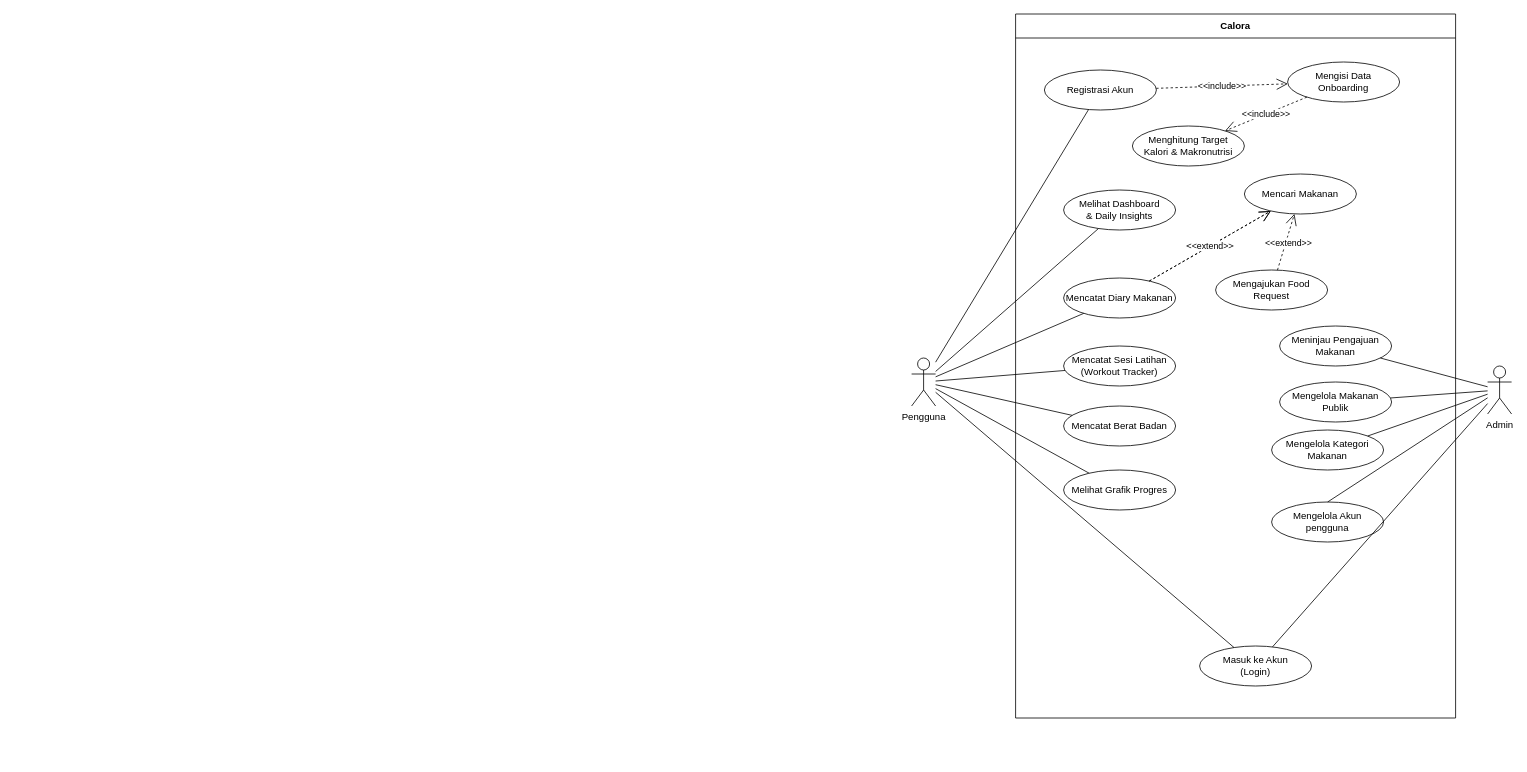
Before: Diagram/Use case.drawio in ananda6060galang-sys/calora, a draw.io diagram. Source tidied: cells renumbered, new cells numbered last; positions are measured from the earlier drawing's top-left corner, leaving out a move shared by most shapes. Both pictures are drawn from the tidied source at 80%, with x=0, y=0 at pixel (911, 14).
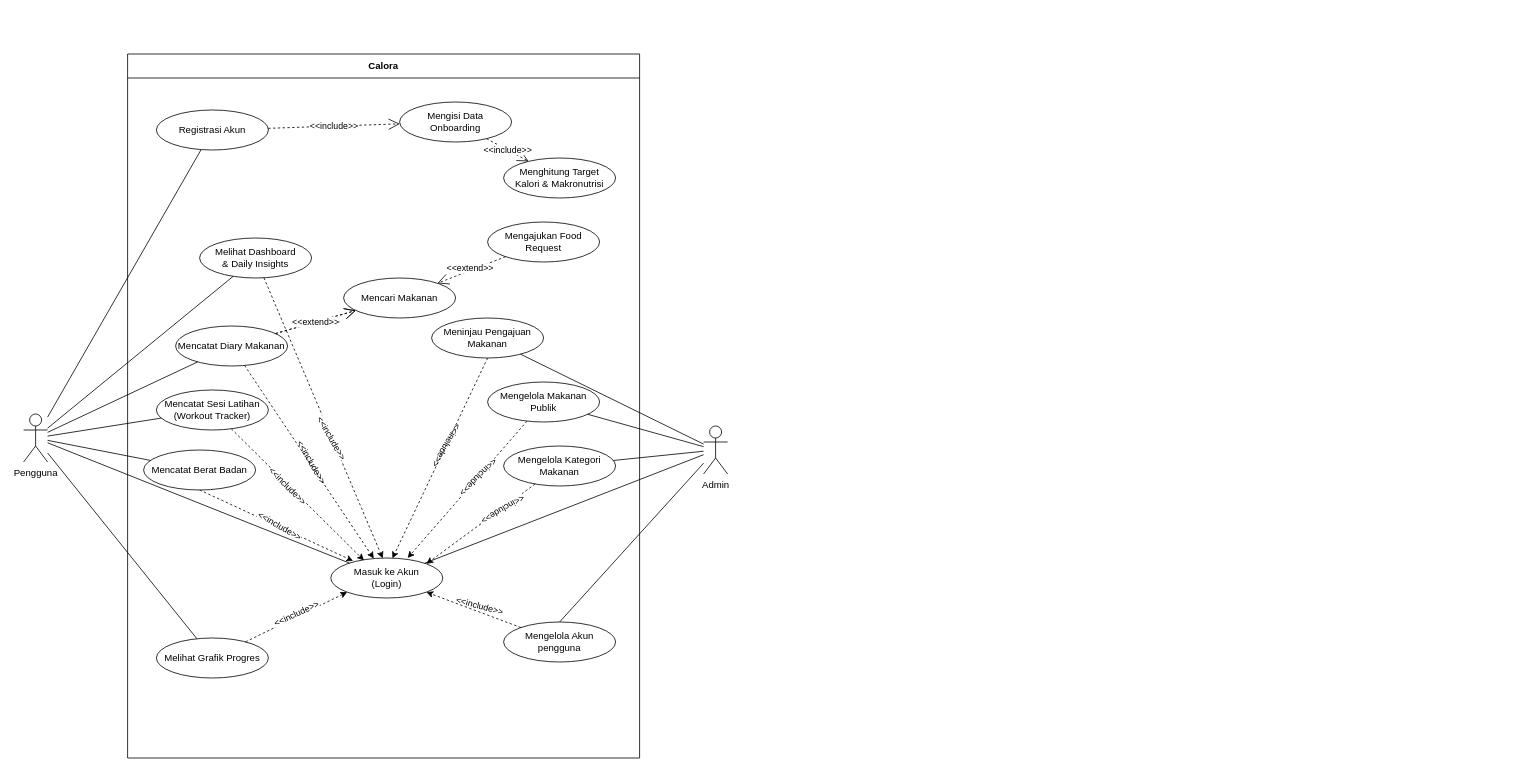
After the change.

The edit, as a diff of the source:
```diff
@@
     <mxCell id="2" value="Calora" style="swimlane;html=1;startSize=30;horizontal=1;fillColor=none;strokeColor=#000000;fontStyle=1;align=center;whiteSpace=wrap;" parent="1" vertex="1">
-      <mxGeometry x="130" width="550" height="880" as="geometry" />
+      <mxGeometry x="-980" y="50" width="640" height="880" as="geometry" />
     </mxCell>
+    <mxCell id="38" style="rounded=0;jettySize=auto;html=1;entryX=0;entryY=1;entryDx=0;entryDy=0;dashed=1;" parent="2" edge="1" source="3" target="23">
+      <mxGeometry relative="1" as="geometry" />
+    </mxCell>
     <mxCell id="3" value="Melihat Grafik Progres" style="ellipse;whiteSpace=wrap;html=1;fillColor=none;strokeColor=#000000;align=center;verticalAlign=middle;" parent="2" vertex="1">
-      <mxGeometry x="60" y="570" width="140" height="50" as="geometry" />
+      <mxGeometry x="36" y="730" width="140" height="50" as="geometry" />
     </mxCell>
+    <mxCell id="39" style="rounded=0;jettySize=auto;html=1;exitX=0.5;exitY=1;exitDx=0;exitDy=0;entryX=0.199;entryY=0.074;entryDx=0;entryDy=0;dashed=1;entryPerimeter=0;" parent="2" edge="1" source="4" target="23">
+      <mxGeometry relative="1" as="geometry" />
+    </mxCell>
     <mxCell id="4" value="Mencatat Berat Badan" style="ellipse;whiteSpace=wrap;html=1;fillColor=none;strokeColor=#000000;align=center;verticalAlign=middle;" parent="2" vertex="1">
-      <mxGeometry x="60" y="490" width="140" height="50" as="geometry" />
+      <mxGeometry x="20" y="495" width="140" height="50" as="geometry" />
     </mxCell>
+    <mxCell id="40" style="rounded=0;jettySize=auto;html=1;dashed=1;entryX=0.296;entryY=0.06;entryDx=0;entryDy=0;entryPerimeter=0;" parent="2" edge="1" source="5" target="23">
+      <mxGeometry relative="1" as="geometry" />
+    </mxCell>
     <mxCell id="5" value="Mencatat Sesi Latihan&#10;(Workout Tracker)" style="ellipse;whiteSpace=wrap;html=1;fillColor=none;strokeColor=#000000;align=center;verticalAlign=middle;" parent="2" vertex="1">
-      <mxGeometry x="60" y="415" width="140" height="50" as="geometry" />
+      <mxGeometry x="36" y="420" width="140" height="50" as="geometry" />
     </mxCell>
     <mxCell id="6" value="Meninjau Pengajuan&#10;Makanan" style="ellipse;whiteSpace=wrap;html=1;fillColor=none;strokeColor=#000000;align=center;verticalAlign=middle;" parent="2" vertex="1">
-      <mxGeometry x="330" y="390" width="140" height="50" as="geometry" />
+      <mxGeometry x="380" y="330" width="140" height="50" as="geometry" />
     </mxCell>
+    <mxCell id="41" style="rounded=0;jettySize=auto;html=1;entryX=0.686;entryY=0;entryDx=0;entryDy=0;dashed=1;entryPerimeter=0;" parent="2" edge="1" source="7" target="23">
+      <mxGeometry relative="1" as="geometry" />
+    </mxCell>
     <mxCell id="7" value="Mengelola Makanan Publik" style="ellipse;whiteSpace=wrap;html=1;fillColor=none;strokeColor=#000000;align=center;verticalAlign=middle;" parent="2" vertex="1">
-      <mxGeometry x="330" y="460" width="140" height="50" as="geometry" />
+      <mxGeometry x="450" y="410" width="140" height="50" as="geometry" />
     </mxCell>
+    <mxCell id="42" style="rounded=0;jettySize=auto;html=1;entryX=1;entryY=0;entryDx=0;entryDy=0;dashed=1;" parent="2" edge="1" source="8" target="23">
+      <mxGeometry relative="1" as="geometry" />
+    </mxCell>
     <mxCell id="8" value="Mengelola Kategori Makanan" style="ellipse;whiteSpace=wrap;html=1;fillColor=none;strokeColor=#000000;align=center;verticalAlign=middle;" parent="2" vertex="1">
-      <mxGeometry x="320" y="520" width="140" height="50" as="geometry" />
+      <mxGeometry x="470" y="490" width="140" height="50" as="geometry" />
     </mxCell>
     <mxCell id="9" value="Mengajukan Food Request" style="ellipse;whiteSpace=wrap;html=1;fillColor=none;strokeColor=#000000;align=center;verticalAlign=middle;" parent="2" vertex="1">
-      <mxGeometry x="250" y="320" width="140" height="50" as="geometry" />
+      <mxGeometry x="450" y="210" width="140" height="50" as="geometry" />
     </mxCell>
     <mxCell id="10" value="Menghitung Target&#10;Kalori &amp; Makronutrisi" style="ellipse;whiteSpace=wrap;html=1;fillColor=none;strokeColor=#000000;align=center;verticalAlign=middle;" parent="2" vertex="1">
-      <mxGeometry x="146" y="140" width="140" height="50" as="geometry" />
+      <mxGeometry x="470" y="130" width="140" height="50" as="geometry" />
     </mxCell>
@@
+    <mxCell id="43" style="rounded=0;jettySize=auto;html=1;entryX=0.464;entryY=0.008;entryDx=0;entryDy=0;dashed=1;entryPerimeter=0;" parent="2" edge="1" source="13" target="23">
+      <mxGeometry relative="1" as="geometry" />
+    </mxCell>
+    <mxCell id="44" value="&amp;lt;&amp;lt;include&amp;gt;&amp;gt;" style="edgeLabel;html=1;align=center;verticalAlign=middle;rotation=60;labelBorderColor=none;labelBackgroundColor=default;" parent="43" vertex="1">
+      <mxGeometry x="0.14" relative="1" as="geometry" />
+    </mxCell>
+    <mxCell id="45" value="&amp;lt;&amp;lt;include&amp;gt;&amp;gt;" style="edgeLabel;html=1;align=center;verticalAlign=middle;rotation=-240;labelBorderColor=none;labelBackgroundColor=default;" parent="43" vertex="1">
+      <mxGeometry x="0.14" relative="1" as="geometry">
+        <mxPoint x="145" y="10" as="offset" />
+      </mxGeometry>
+    </mxCell>
+    <mxCell id="46" value="&amp;lt;&amp;lt;include&amp;gt;&amp;gt;" style="edgeLabel;html=1;align=center;verticalAlign=middle;rotation=60;" parent="43" vertex="1">
+      <mxGeometry x="0.14" relative="1" as="geometry">
+        <mxPoint x="-25" y="30" as="offset" />
+      </mxGeometry>
+    </mxCell>
+    <mxCell id="47" value="&amp;lt;&amp;lt;include&amp;gt;&amp;gt;" style="edgeLabel;html=1;align=center;verticalAlign=middle;rotation=45;labelBorderColor=none;labelBackgroundColor=default;" parent="43" vertex="1">
+      <mxGeometry x="0.14" relative="1" as="geometry">
+        <mxPoint x="-55" y="60" as="offset" />
+      </mxGeometry>
+    </mxCell>
+    <mxCell id="48" value="&amp;lt;&amp;lt;include&amp;gt;&amp;gt;" style="edgeLabel;html=1;align=center;verticalAlign=middle;rotation=30;labelBorderColor=none;labelBackgroundColor=default;" parent="43" vertex="1">
+      <mxGeometry x="0.14" relative="1" as="geometry">
+        <mxPoint x="-65" y="110" as="offset" />
+      </mxGeometry>
+    </mxCell>
+    <mxCell id="49" value="&amp;lt;&amp;lt;include&amp;gt;&amp;gt;" style="edgeLabel;html=1;align=center;verticalAlign=middle;rotation=-225;labelBorderColor=none;labelBackgroundColor=default;" parent="43" vertex="1">
+      <mxGeometry x="0.14" relative="1" as="geometry">
+        <mxPoint x="185" y="50" as="offset" />
+      </mxGeometry>
+    </mxCell>
+    <mxCell id="50" value="&amp;lt;&amp;lt;include&amp;gt;&amp;gt;" style="edgeLabel;html=1;align=center;verticalAlign=middle;rotation=-210;labelBorderColor=none;labelBackgroundColor=default;" parent="43" vertex="1">
+      <mxGeometry x="0.14" relative="1" as="geometry">
+        <mxPoint x="215" y="90" as="offset" />
+      </mxGeometry>
+    </mxCell>
+    <mxCell id="51" value="&amp;lt;&amp;lt;include&amp;gt;&amp;gt;" style="edgeLabel;html=1;align=center;verticalAlign=middle;rotation=15;labelBorderColor=none;labelBackgroundColor=default;" parent="43" vertex="1">
+      <mxGeometry x="0.14" relative="1" as="geometry">
+        <mxPoint x="185" y="210" as="offset" />
+      </mxGeometry>
+    </mxCell>
+    <mxCell id="52" value="&amp;lt;&amp;lt;include&amp;gt;&amp;gt;" style="edgeLabel;html=1;align=center;verticalAlign=middle;rotation=-25;" parent="43" vertex="1">
+      <mxGeometry x="0.14" relative="1" as="geometry">
+        <mxPoint x="-45" y="220" as="offset" />
+      </mxGeometry>
+    </mxCell>
     <mxCell id="13" value="Melihat Dashboard&#10;&amp; Daily Insights" style="ellipse;whiteSpace=wrap;html=1;fillColor=none;strokeColor=#000000;align=center;verticalAlign=middle;" parent="2" vertex="1">
-      <mxGeometry x="60" y="220" width="140" height="50" as="geometry" />
+      <mxGeometry x="90" y="230" width="140" height="50" as="geometry" />
     </mxCell>
@@
     <mxCell id="16" value="Mencari Makanan" style="ellipse;whiteSpace=wrap;html=1;fillColor=none;strokeColor=#000000;align=center;verticalAlign=middle;" parent="2" vertex="1">
-      <mxGeometry x="286" y="200" width="140" height="50" as="geometry" />
+      <mxGeometry x="270" y="280" width="140" height="50" as="geometry" />
     </mxCell>
@@
+    <mxCell id="53" style="rounded=0;jettySize=auto;html=1;dashed=1;" parent="2" edge="1" source="21" target="23">
+      <mxGeometry relative="1" as="geometry" />
+    </mxCell>
+    <mxCell id="54" style="rounded=0;jettySize=auto;html=1;entryX=1;entryY=1;entryDx=0;entryDy=0;dashed=1;" parent="2" edge="1" source="22" target="23">
+      <mxGeometry relative="1" as="geometry" />
+    </mxCell>
     <mxCell id="21" value="Mencatat Diary Makanan" style="ellipse;whiteSpace=wrap;html=1;fillColor=none;strokeColor=#000000;align=center;verticalAlign=middle;" parent="2" vertex="1">
-      <mxGeometry x="60" y="330" width="140" height="50" as="geometry" />
+      <mxGeometry x="60" y="340" width="140" height="50" as="geometry" />
     </mxCell>
     <mxCell id="22" value="Mengelola Akun pengguna" style="ellipse;whiteSpace=wrap;html=1;fillColor=none;strokeColor=#000000;align=center;verticalAlign=middle;" parent="2" vertex="1">
-      <mxGeometry x="320" y="610" width="140" height="50" as="geometry" />
+      <mxGeometry x="470" y="710" width="140" height="50" as="geometry" />
     </mxCell>
     <mxCell id="23" value="Masuk ke Akun&#10;(Login)" style="ellipse;whiteSpace=wrap;html=1;fillColor=none;strokeColor=#000000;align=center;verticalAlign=middle;" parent="2" vertex="1">
-      <mxGeometry x="230" y="790" width="140" height="50" as="geometry" />
+      <mxGeometry x="254" y="630" width="140" height="50" as="geometry" />
     </mxCell>
+    <mxCell id="55" style="rounded=0;jettySize=auto;html=1;exitX=0.5;exitY=1;exitDx=0;exitDy=0;entryX=0.55;entryY=0.009;entryDx=0;entryDy=0;entryPerimeter=0;dashed=1;" parent="2" edge="1" source="6" target="23">
+      <mxGeometry relative="1" as="geometry" />
+    </mxCell>
     <mxCell id="24" value="Pengguna" style="shape=umlActor;verticalLabelPosition=bottom;verticalAlign=top;html=1;outlineConnect=0;strokeColor=#000000;fillColor=none;align=center;" parent="1" vertex="1">
-      <mxGeometry y="430" width="30" height="60" as="geometry" />
+      <mxGeometry x="-1110" y="500" width="30" height="60" as="geometry" />
     </mxCell>
     <mxCell id="25" value="Admin" style="shape=umlActor;verticalLabelPosition=bottom;verticalAlign=top;html=1;outlineConnect=0;strokeColor=#000000;fillColor=none;align=center;" parent="1" vertex="1">
-      <mxGeometry x="720" y="440" width="30" height="60" as="geometry" />
+      <mxGeometry x="-260" y="515" width="30" height="60" as="geometry" />
     </mxCell>
```
